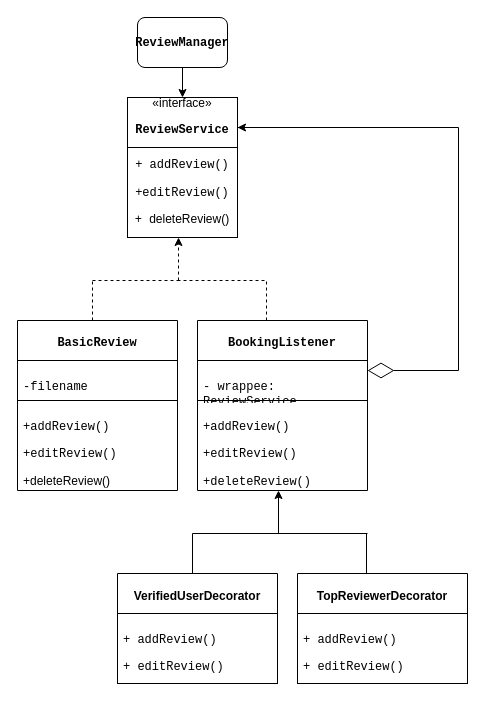
The draw.io diagram Design Patterns/Structural Design/Decorator Pattern/Review Decorator .drawio in Luis-S4/Tourism-MS, before the edit. Source tidied: cells renumbered, new cells numbered last; positions are measured from the earlier drawing's top-left corner, leaving out a move shared by most shapes. Both pictures are drawn from the tidied source at 100%, with x=0, y=0 at pixel (17, 17).
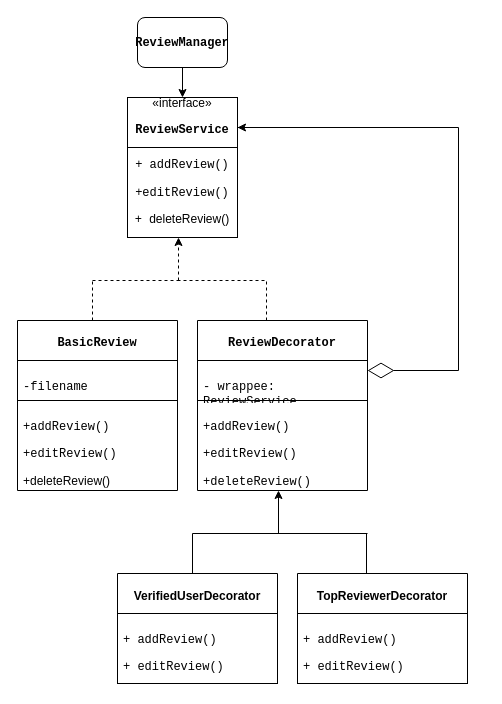
The same diagram, later.

Diff of the diagram source:
```diff
@@
-    <mxCell id="14" value="&lt;p data-pm-slice=&quot;1 1 [&amp;quot;list&amp;quot;,{&amp;quot;spread&amp;quot;:true,&amp;quot;start&amp;quot;:1400,&amp;quot;end&amp;quot;:3936},&amp;quot;regular_list_item&amp;quot;,{&amp;quot;start&amp;quot;:1400,&amp;quot;end&amp;quot;:1918},&amp;quot;list&amp;quot;,{&amp;quot;spread&amp;quot;:false,&amp;quot;start&amp;quot;:1439,&amp;quot;end&amp;quot;:1918},&amp;quot;regular_list_item&amp;quot;,{&amp;quot;start&amp;quot;:1833,&amp;quot;end&amp;quot;:1918}]&quot;&gt;&lt;code&gt;&lt;font style=&quot;font-size: 12px;&quot;&gt;BookingListener&lt;/font&gt;&lt;/code&gt;&lt;/p&gt;" style="swimlane;fontStyle=1;align=center;verticalAlign=top;horizontal=1;startSize=40;whiteSpace=wrap;html=1;fontSize=9;" parent="1" vertex="1">
+    <mxCell id="14" value="&lt;p&gt;&lt;code&gt;&lt;font style=&quot;font-size: 12px;&quot;&gt;ReviewDecorator&lt;/font&gt;&lt;/code&gt;&lt;/p&gt;" style="swimlane;fontStyle=1;align=center;verticalAlign=top;horizontal=1;startSize=40;whiteSpace=wrap;html=1;fontSize=9;" parent="1" vertex="1">
       <mxGeometry x="180" y="303" width="170" height="170" as="geometry" />
     </mxCell>
```
